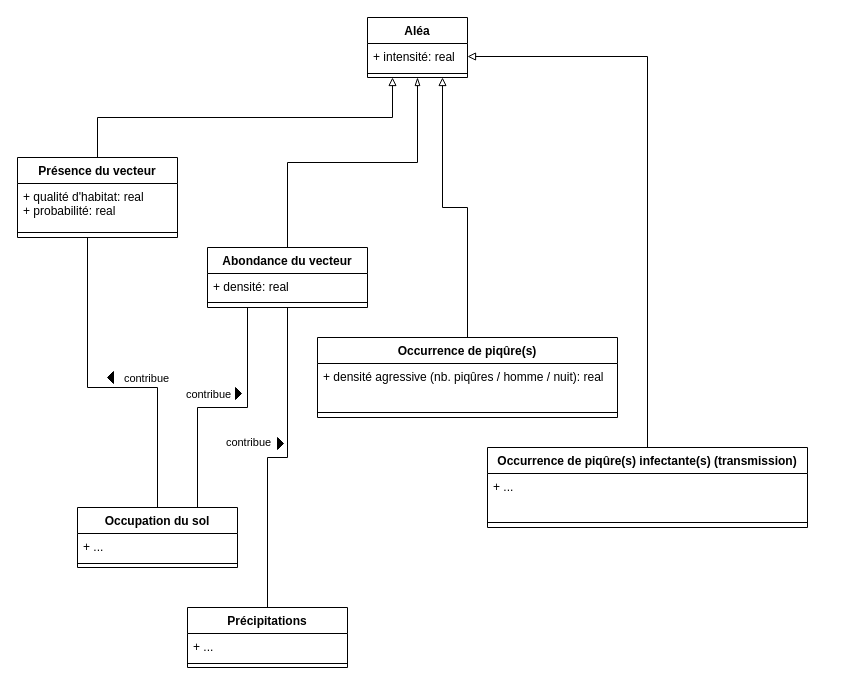
Above: aleas.drawio in EmmanuelRouxIRD/PROGYSAT-VecTrans (draw.io), before the change. Source tidied: cells renumbered, new cells numbered last; positions are measured from the earlier drawing's top-left corner, leaving out a move shared by most shapes. Both pictures are drawn from the tidied source at 100%, with x=0, y=0 at pixel (17, 17).
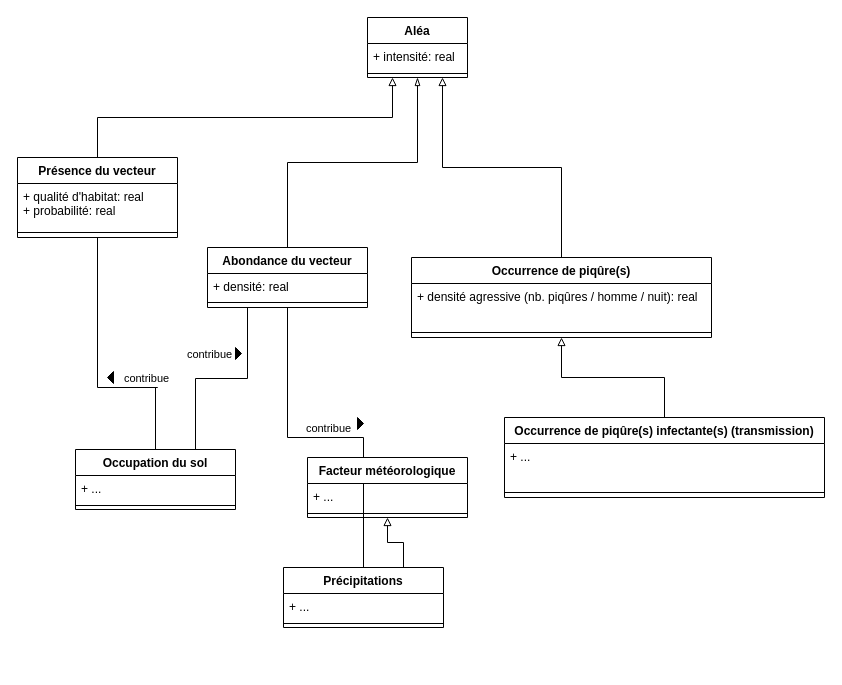
Above is the later version.

Unchanged cells that the change refers to:
```xml
<mxCell id="3" value="+ intensité: real" style="text;strokeColor=none;fillColor=none;align=left;verticalAlign=top;spacingLeft=4;spacingRight=4;overflow=hidden;points=[[0,0.5],[1,0.5]];portConstraint=eastwest;" parent="2" vertex="1">
  <mxGeometry y="26" width="100" height="26" as="geometry" />
</mxCell>
<mxCell id="18" style="edgeStyle=orthogonalEdgeStyle;rounded=0;jettySize=auto;html=1;exitX=0.75;exitY=0;exitDx=0;exitDy=0;entryX=0.25;entryY=1;entryDx=0;entryDy=0;endArrow=none;endFill=0;elbow=vertical;" parent="1" edge="1" source="20" target="26">
  <mxGeometry relative="1" as="geometry" />
</mxCell>
<mxCell id="33" style="edgeStyle=orthogonalEdgeStyle;rounded=0;jettySize=auto;html=1;exitX=0.5;exitY=0;exitDx=0;exitDy=0;entryX=0.5;entryY=1;entryDx=0;entryDy=0;endArrow=none;endFill=0;elbow=vertical;" parent="1" edge="1" source="30" target="26">
  <mxGeometry relative="1" as="geometry" />
</mxCell>
```

Diff of the diagram source:
```diff
@@
     <mxCell id="10" value="Occurrence de piqûre(s)" style="swimlane;fontStyle=1;align=center;verticalAlign=top;horizontal=1;startSize=26;" parent="1" vertex="1">
-      <mxGeometry x="300" y="320" width="300" height="80" as="geometry" />
+      <mxGeometry x="394" y="240" width="300" height="80" as="geometry" />
     </mxCell>
@@
-    <mxCell id="13" style="edgeStyle=orthogonalEdgeStyle;rounded=0;jettySize=auto;html=1;exitX=0.5;exitY=0;exitDx=0;exitDy=0;entryX=1;entryY=0.5;entryDx=0;entryDy=0;endArrow=block;endFill=0;elbow=vertical;" parent="1" edge="1" source="14" target="3">
+    <mxCell id="13" style="edgeStyle=orthogonalEdgeStyle;rounded=0;jettySize=auto;html=1;exitX=0.5;exitY=0;exitDx=0;exitDy=0;endArrow=block;endFill=0;elbow=vertical;entryX=0.5;entryY=1;entryDx=0;entryDy=0;" parent="1" edge="1" source="14" target="10">
       <mxGeometry relative="1" as="geometry" />
     </mxCell>
     <mxCell id="14" value="Occurrence de piqûre(s) infectante(s) (transmission)" style="swimlane;fontStyle=1;align=center;verticalAlign=top;horizontal=1;startSize=26;" parent="1" vertex="1">
-      <mxGeometry x="470" y="430" width="320" height="80" as="geometry" />
+      <mxGeometry x="487" y="400" width="320" height="80" as="geometry" />
     </mxCell>
@@
     <mxCell id="19" value="contribue" style="edgeLabel;html=1;align=center;verticalAlign=middle;" parent="18" vertex="1">
       <mxGeometry x="-0.24" y="2" relative="1" as="geometry">
-        <mxPoint x="12" y="-19" as="offset" />
+        <mxPoint x="10" y="-23" as="offset" />
       </mxGeometry>
     </mxCell>
     <mxCell id="20" value="Occupation du sol" style="swimlane;fontStyle=1;align=center;verticalAlign=top;horizontal=1;startSize=26;" parent="1" vertex="1">
-      <mxGeometry x="60" y="490" width="160" height="60" as="geometry" />
+      <mxGeometry x="58" y="432" width="160" height="60" as="geometry" />
     </mxCell>
@@
     <mxCell id="29" style="triangle;fillColor=#000000;direction=east;" parent="1" vertex="1">
-      <mxGeometry x="218" y="370" width="6" height="12" as="geometry" />
+      <mxGeometry x="218" y="330" width="6" height="12" as="geometry" />
     </mxCell>
+    <mxCell id="36" style="edgeStyle=orthogonalEdgeStyle;rounded=0;jettySize=auto;html=1;exitX=0.75;exitY=0;exitDx=0;exitDy=0;entryX=0.5;entryY=1;entryDx=0;entryDy=0;endArrow=block;endFill=0;elbow=vertical;" parent="1" edge="1" source="30" target="37">
+      <mxGeometry relative="1" as="geometry" />
+    </mxCell>
     <mxCell id="30" value="Précipitations" style="swimlane;fontStyle=1;align=center;verticalAlign=top;horizontal=1;startSize=26;" parent="1" vertex="1">
-      <mxGeometry x="170" y="590" width="160" height="60" as="geometry" />
+      <mxGeometry x="266" y="550" width="160" height="60" as="geometry" />
     </mxCell>
@@
     <mxCell id="34" value="contribue" style="edgeLabel;html=1;align=center;verticalAlign=middle;" parent="33" vertex="1">
       <mxGeometry x="-0.24" y="2" relative="1" as="geometry">
-        <mxPoint x="-18" y="-44" as="offset" />
+        <mxPoint x="-34" y="-12" as="offset" />
       </mxGeometry>
     </mxCell>
     <mxCell id="35" style="triangle;fillColor=#000000;direction=east;" parent="1" vertex="1">
-      <mxGeometry x="260" y="420" width="6" height="12" as="geometry" />
+      <mxGeometry x="340" y="400" width="6" height="12" as="geometry" />
     </mxCell>
+    <mxCell id="37" value="Facteur météorologique" style="swimlane;fontStyle=1;align=center;verticalAlign=top;horizontal=1;startSize=26;" parent="1" vertex="1">
+      <mxGeometry x="290" y="440" width="160" height="60" as="geometry" />
+    </mxCell>
+    <mxCell id="38" value="+ ..." style="text;strokeColor=none;fillColor=none;align=left;verticalAlign=top;spacingLeft=4;spacingRight=4;overflow=hidden;" parent="37" vertex="1">
+      <mxGeometry y="26" width="160" height="26" as="geometry" />
+    </mxCell>
+    <mxCell id="39" style="line;strokeWidth=1;fillColor=none;align=left;verticalAlign=middle;spacingTop=-1;spacingLeft=3;spacingRight=3;labelPosition=right;" parent="37" vertex="1">
+      <mxGeometry y="52" width="160" height="8" as="geometry" />
+    </mxCell>
```
